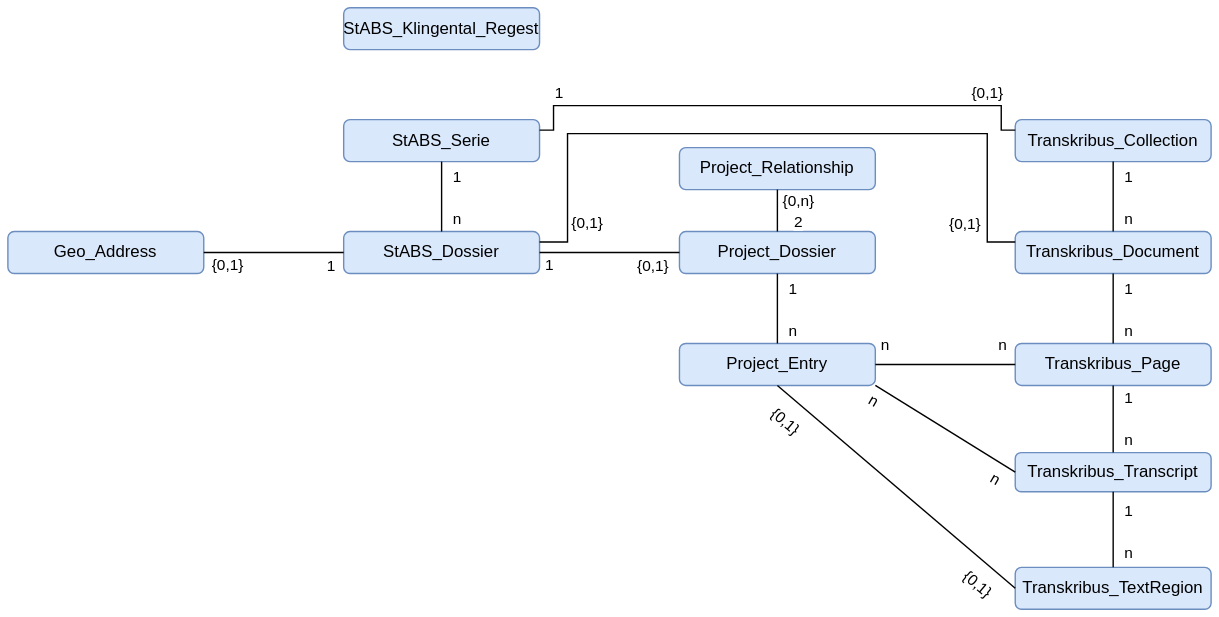
history-unibas/Postgresql-Project-Database keeps this draw.io diagram as entityRelations.drawio.svg. Above is the earlier version. Source tidied: cells renumbered, new cells last; positions are measured from the earlier drawing's top-left corner, leaving out a move shared by most shapes.
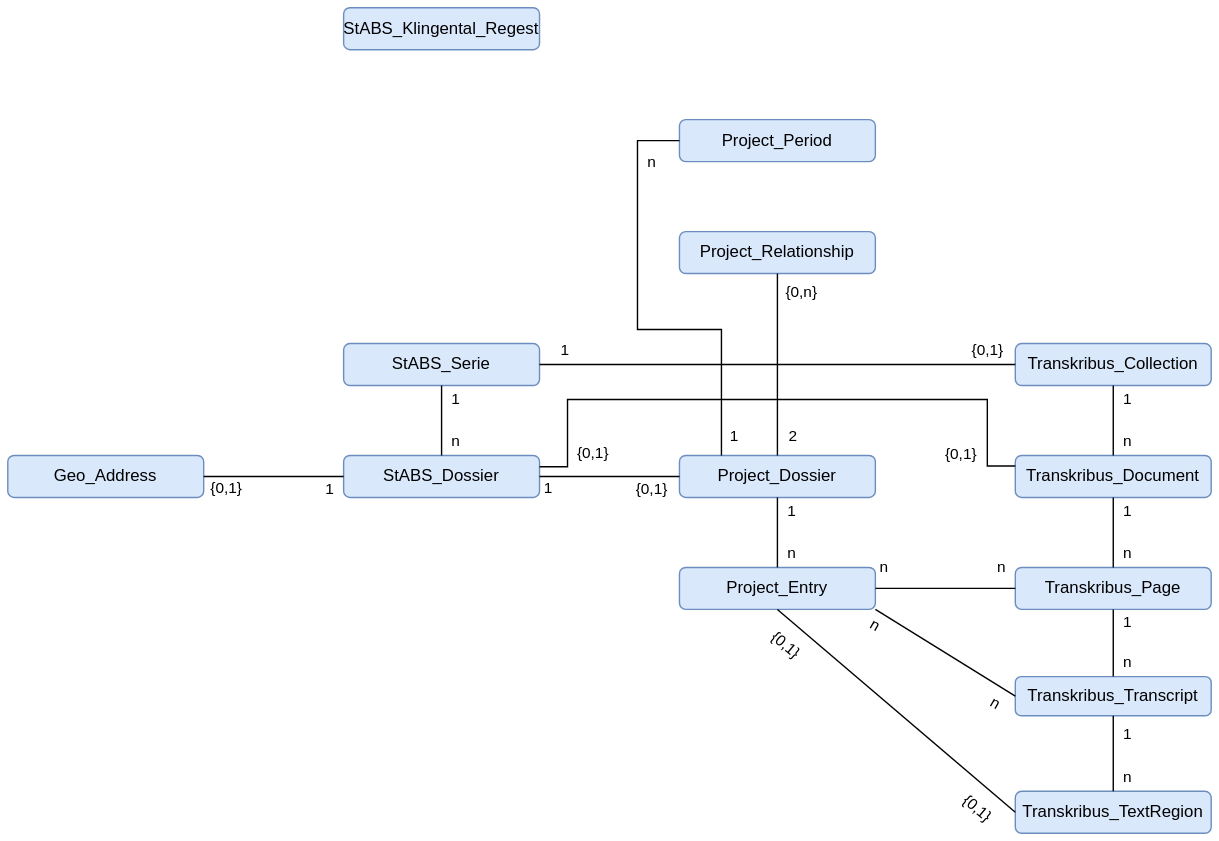
Above is the later version.

Change to the diagram source:
```diff
@@ -40,8 +40,8 @@
       <mxGeometry relative="1" as="geometry">
         <Array as="points">
           <mxPoint x="700" y="168" />
-          <mxPoint x="700" y="90" />
-          <mxPoint x="400" y="90" />
+          <mxPoint x="700" y="120" />
+          <mxPoint x="400" y="120" />
           <mxPoint x="400" y="168" />
           <mxPoint x="380" y="168" />
         </Array>
@@ -49,12 +49,12 @@
     </mxCell>
     <mxCell id="13" value="{0,1}" style="edgeLabel;html=1;align=center;verticalAlign=middle;" parent="12" vertex="1">
       <mxGeometry x="0.23" y="2" relative="1" as="geometry">
-        <mxPoint x="-79" y="61" as="offset" />
+        <mxPoint x="-82" y="36" as="offset" />
       </mxGeometry>
     </mxCell>
     <mxCell id="14" value="{0,1}" style="edgeLabel;html=1;align=center;verticalAlign=middle;" parent="12" vertex="1">
       <mxGeometry relative="1" as="geometry">
-        <mxPoint x="134" y="64" as="offset" />
+        <mxPoint x="131" y="39" as="offset" />
       </mxGeometry>
     </mxCell>
     <mxCell id="15" style="endArrow=none;html=1;rounded=0;entryX=0.5;entryY=1;entryDx=0;entryDy=0;exitX=0.5;exitY=0;exitDx=0;exitDy=0;" parent="1" edge="1" source="5" target="4">
@@ -184,29 +184,26 @@
       </mxGeometry>
     </mxCell>
     <mxCell id="45" value="Project_Relationship" style="rounded=1;whiteSpace=wrap;html=1;fillColor=#dae8fc;strokeColor=#6c8ebf;" parent="1" vertex="1">
-      <mxGeometry x="480" y="100" width="140" height="30" as="geometry" />
+      <mxGeometry x="480" width="140" height="30" as="geometry" />
     </mxCell>
     <mxCell id="46" style="endArrow=none;html=1;rounded=0;entryX=0.5;entryY=1;entryDx=0;entryDy=0;exitX=0.5;exitY=0;exitDx=0;exitDy=0;" parent="1" edge="1" source="35" target="45">
       <mxGeometry relative="1" as="geometry" />
     </mxCell>
     <mxCell id="47" value="{0,n}" style="edgeLabel;html=1;align=center;verticalAlign=middle;" parent="46" vertex="1">
       <mxGeometry x="-0.5" y="1" relative="1" as="geometry">
-        <mxPoint x="15" y="-16" as="offset" />
+        <mxPoint x="18" y="-85" as="offset" />
       </mxGeometry>
     </mxCell>
     <mxCell id="48" value="2" style="edgeLabel;html=1;align=center;verticalAlign=middle;" parent="46" vertex="1">
       <mxGeometry x="-0.6" y="-2" relative="1" as="geometry">
-        <mxPoint x="12" y="-2" as="offset" />
+        <mxPoint x="9" y="11" as="offset" />
       </mxGeometry>
     </mxCell>
-    <mxCell id="49" style="endArrow=none;html=1;rounded=0;edgeStyle=orthogonalEdgeStyle;exitX=0;exitY=0.25;exitDx=0;exitDy=0;entryX=1;entryY=0.25;entryDx=0;entryDy=0;" parent="1" edge="1" source="4" target="2">
+    <mxCell id="49" style="endArrow=none;html=1;rounded=0;edgeStyle=orthogonalEdgeStyle;exitX=0;exitY=0.5;exitDx=0;exitDy=0;entryX=1;entryY=0.5;entryDx=0;entryDy=0;" parent="1" edge="1" source="4" target="2">
       <mxGeometry relative="1" as="geometry">
         <Array as="points">
-          <mxPoint x="710" y="88" />
-          <mxPoint x="710" y="70" />
-          <mxPoint x="390" y="70" />
-          <mxPoint x="390" y="88" />
-          <mxPoint x="380" y="88" />
+          <mxPoint x="530" y="95" />
+          <mxPoint x="530" y="95" />
         </Array>
       </mxGeometry>
     </mxCell>
@@ -234,7 +231,30 @@
       </mxGeometry>
     </mxCell>
     <mxCell id="55" value="StABS_Klingental_Regest" style="rounded=1;whiteSpace=wrap;html=1;fillColor=#dae8fc;strokeColor=#6c8ebf;" parent="1" vertex="1">
-      <mxGeometry x="240" width="140" height="30" as="geometry" />
+      <mxGeometry x="240" y="-160" width="140" height="30" as="geometry" />
     </mxCell>
+    <mxCell id="56" value="Project_Period" style="rounded=1;whiteSpace=wrap;html=1;fillColor=#dae8fc;strokeColor=#6c8ebf;" parent="1" vertex="1">
+      <mxGeometry x="480" y="-80" width="140" height="30" as="geometry" />
+    </mxCell>
+    <mxCell id="57" style="endArrow=none;html=1;rounded=0;exitX=0.5;exitY=0;exitDx=0;exitDy=0;edgeStyle=orthogonalEdgeStyle;entryX=0;entryY=0.5;entryDx=0;entryDy=0;" parent="1" edge="1" target="56">
+      <mxGeometry relative="1" as="geometry">
+        <mxPoint x="510" y="160" as="sourcePoint" />
+        <Array as="points">
+          <mxPoint x="510" y="70" />
+          <mxPoint x="450" y="70" />
+          <mxPoint x="450" y="-65" />
+        </Array>
+      </mxGeometry>
+    </mxCell>
+    <mxCell id="58" value="n" style="edgeLabel;html=1;align=center;verticalAlign=middle;" parent="57" vertex="1">
+      <mxGeometry x="-0.5" y="1" relative="1" as="geometry">
+        <mxPoint x="-49" y="-132" as="offset" />
+      </mxGeometry>
+    </mxCell>
+    <mxCell id="59" value="1" style="edgeLabel;html=1;align=center;verticalAlign=middle;" parent="57" vertex="1">
+      <mxGeometry x="-0.6" y="-2" relative="1" as="geometry">
+        <mxPoint x="7" y="49" as="offset" />
+      </mxGeometry>
+    </mxCell>
   </root>
 </mxGraphModel>
```
